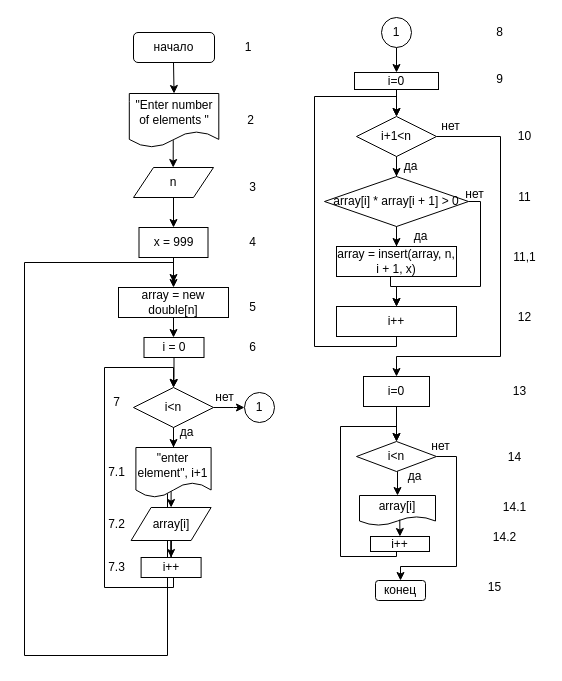
klep1koff/lifeishard keeps this draw.io diagram as 4/4.2.drawio. Above is the earlier version. Source tidied: cells renumbered, new cells numbered last; positions are measured from the earlier drawing's top-left corner, leaving out a move shared by most shapes. Both pictures are drawn from the tidied source at 100%, with x=0, y=0 at pixel (24, 17).
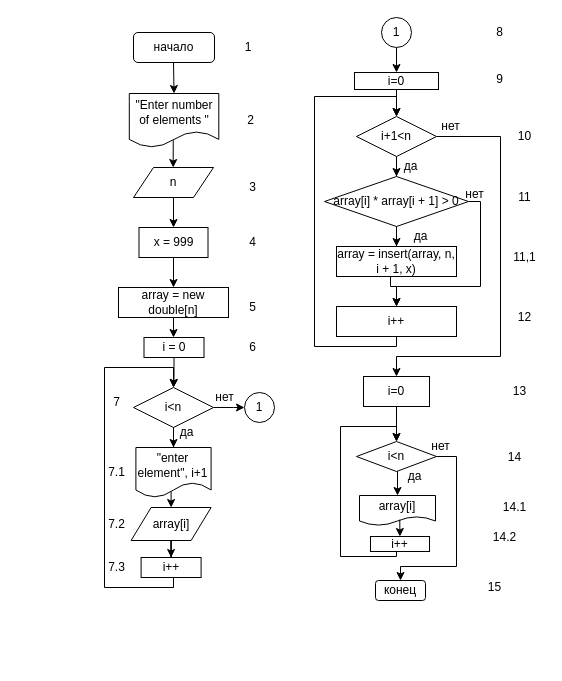
The same diagram, later.

The edit, as a diff of the source:
```diff
@@
-    <mxCell id="2" style="edgeStyle=orthogonalEdgeStyle;rounded=0;orthogonalLoop=1;jettySize=auto;html=1;entryX=0.5;entryY=0;entryDx=0;entryDy=0;startArrow=none;exitX=0.5;exitY=1;exitDx=0;exitDy=0;" parent="1" edge="1">
-      <mxGeometry relative="1" as="geometry">
-        <mxPoint x="144" y="475" as="sourcePoint" />
-        <mxPoint x="149" y="265" as="targetPoint" />
-        <Array as="points">
-          <mxPoint x="143" y="638" />
-          <mxPoint y="638" />
-          <mxPoint y="245" />
-          <mxPoint x="149" y="245" />
-        </Array>
-      </mxGeometry>
-    </mxCell>
```
